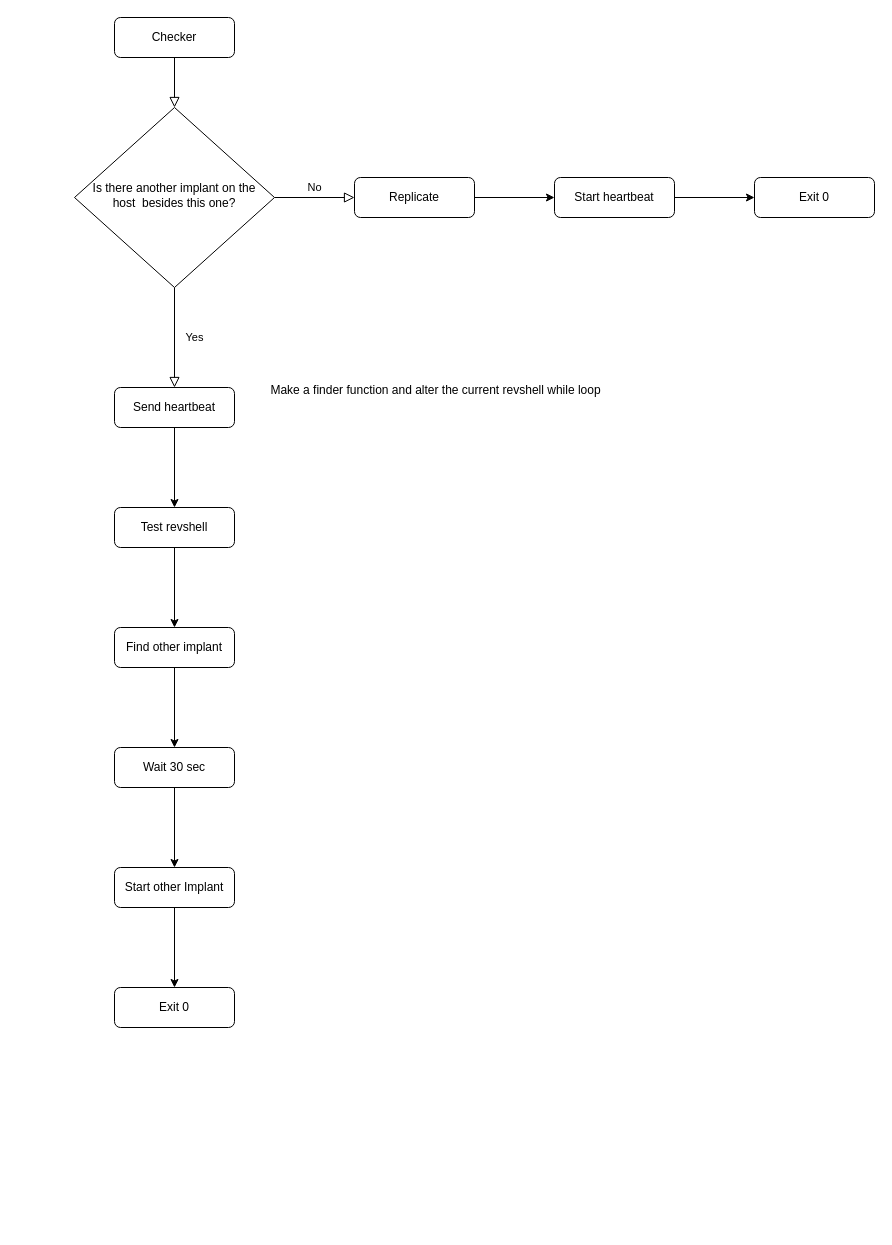
Above: page "Plan" (2 of 2) of evolvingdoor.drawio in le-jack/evolving-door (draw.io), before the change. Source tidied: cells renumbered, new cells numbered last; positions are measured from the earlier drawing's top-left corner, leaving out a move shared by most shapes. Both pictures are drawn from the tidied source at 100%, with x=0, y=0 at pixel (74, 17).
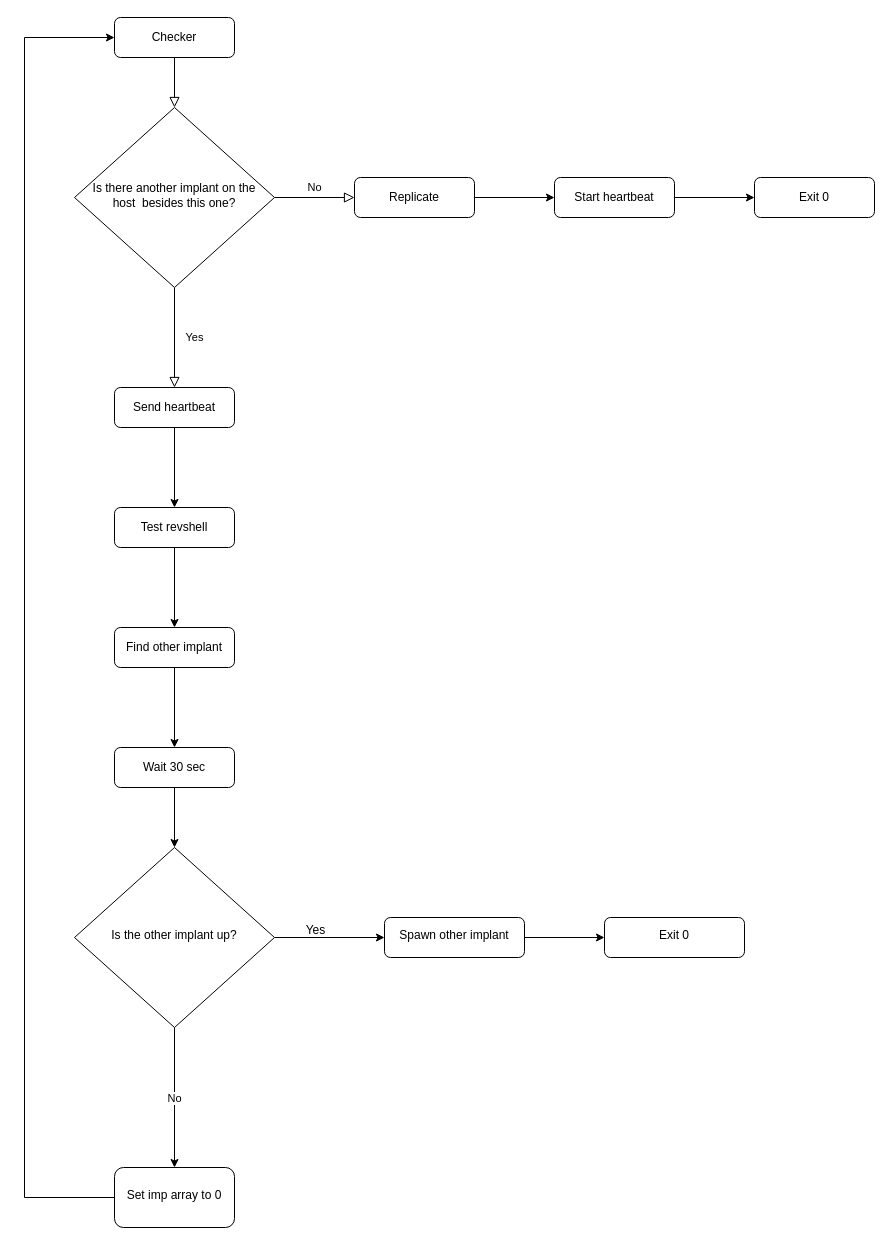
The same diagram, later.

The change refers to these unchanged cells:
```xml
<mxCell id="3" value="Checker" style="rounded=1;whiteSpace=wrap;html=1;fontSize=12;glass=0;strokeWidth=1;shadow=0;" parent="1" vertex="1">
  <mxGeometry x="40" width="120" height="40" as="geometry" />
</mxCell>
<mxCell id="19" value="Wait 30 sec" style="rounded=1;whiteSpace=wrap;html=1;fontSize=12;glass=0;strokeWidth=1;shadow=0;" parent="1" vertex="1">
  <mxGeometry x="40" y="730" width="120" height="40" as="geometry" />
</mxCell>
```

What changed in the source:
```diff
@@
-    <mxCell id="18" style="edgeStyle=orthogonalEdgeStyle;rounded=0;jettySize=auto;html=1;" parent="1" edge="1" source="19" target="21">
-      <mxGeometry relative="1" as="geometry" />
-    </mxCell>
+    <mxCell id="24" style="edgeStyle=orthogonalEdgeStyle;rounded=0;jettySize=auto;html=1;" parent="1" edge="1" source="19" target="28">
+      <mxGeometry relative="1" as="geometry" />
+    </mxCell>
@@
-    <mxCell id="20" style="edgeStyle=orthogonalEdgeStyle;rounded=0;jettySize=auto;html=1;" parent="1" edge="1" source="21" target="22">
-      <mxGeometry relative="1" as="geometry" />
-    </mxCell>
-    <mxCell id="21" value="Start other Implant" style="rounded=1;whiteSpace=wrap;html=1;fontSize=12;glass=0;strokeWidth=1;shadow=0;" parent="1" vertex="1">
-      <mxGeometry x="40" y="850" width="120" height="40" as="geometry" />
-    </mxCell>
+    <mxCell id="25" style="edgeStyle=orthogonalEdgeStyle;rounded=0;jettySize=auto;html=1;" parent="1" edge="1" source="28" target="30">
+      <mxGeometry relative="1" as="geometry" />
+    </mxCell>
+    <mxCell id="26" style="edgeStyle=orthogonalEdgeStyle;rounded=0;jettySize=auto;html=1;" parent="1" edge="1" source="28" target="32">
+      <mxGeometry relative="1" as="geometry" />
+    </mxCell>
+    <mxCell id="27" value="No" style="edgeLabel;html=1;align=center;verticalAlign=middle;" parent="26" vertex="1">
+      <mxGeometry y="-1" relative="1" as="geometry" />
+    </mxCell>
+    <mxCell id="28" value="Is the other implant up?" style="rhombus;whiteSpace=wrap;html=1;shadow=0;fontFamily=Helvetica;fontSize=12;align=center;strokeWidth=1;spacing=6;spacingTop=-4;" parent="1" vertex="1">
+      <mxGeometry y="830" width="200" height="180" as="geometry" />
+    </mxCell>
+    <mxCell id="29" style="edgeStyle=orthogonalEdgeStyle;rounded=0;jettySize=auto;html=1;" parent="1" edge="1" source="30" target="22">
+      <mxGeometry relative="1" as="geometry" />
+    </mxCell>
+    <mxCell id="30" value="Spawn other implant" style="rounded=1;whiteSpace=wrap;html=1;shadow=0;strokeWidth=1;spacing=6;spacingTop=-4;" parent="1" vertex="1">
+      <mxGeometry x="310" y="900" width="140" height="40" as="geometry" />
+    </mxCell>
+    <mxCell id="31" value="Yes" style="text;html=1;align=center;verticalAlign=middle;strokeColor=none;fillColor=none;" parent="1" vertex="1">
+      <mxGeometry x="221" y="898" width="40" height="30" as="geometry" />
+    </mxCell>
-    <mxCell id="22" value="Exit 0" style="rounded=1;whiteSpace=wrap;html=1;fontSize=12;glass=0;strokeWidth=1;shadow=0;" parent="1" vertex="1">
-      <mxGeometry x="40" y="970" width="120" height="40" as="geometry" />
+    <mxCell id="22" value="Exit 0" style="rounded=1;whiteSpace=wrap;html=1;shadow=0;strokeWidth=1;spacing=6;spacingTop=-4;" parent="1" vertex="1">
+      <mxGeometry x="530" y="900" width="140" height="40" as="geometry" />
     </mxCell>
-    <mxCell id="23" value="Make a finder function and alter the current revshell while loop" style="text;html=1;align=center;verticalAlign=middle;strokeColor=none;fillColor=none;" parent="1" vertex="1">
-      <mxGeometry x="186" y="358" width="350" height="30" as="geometry" />
-    </mxCell>
+    <mxCell id="32" value="Set imp array to 0" style="rounded=1;whiteSpace=wrap;html=1;shadow=0;strokeWidth=1;spacing=6;spacingTop=-4;" parent="1" vertex="1">
+      <mxGeometry x="40" y="1150" width="120" height="60" as="geometry" />
+    </mxCell>
+    <mxCell id="33" style="endArrow=classic;html=1;rounded=0;exitX=0;exitY=0.5;exitDx=0;exitDy=0;entryX=0;entryY=0.5;entryDx=0;entryDy=0;" parent="1" edge="1" source="32" target="3">
+      <mxGeometry relative="1" as="geometry">
+        <Array as="points">
+          <mxPoint x="-50" y="1180" />
+          <mxPoint x="-50" y="20" />
+        </Array>
+      </mxGeometry>
+    </mxCell>
```
